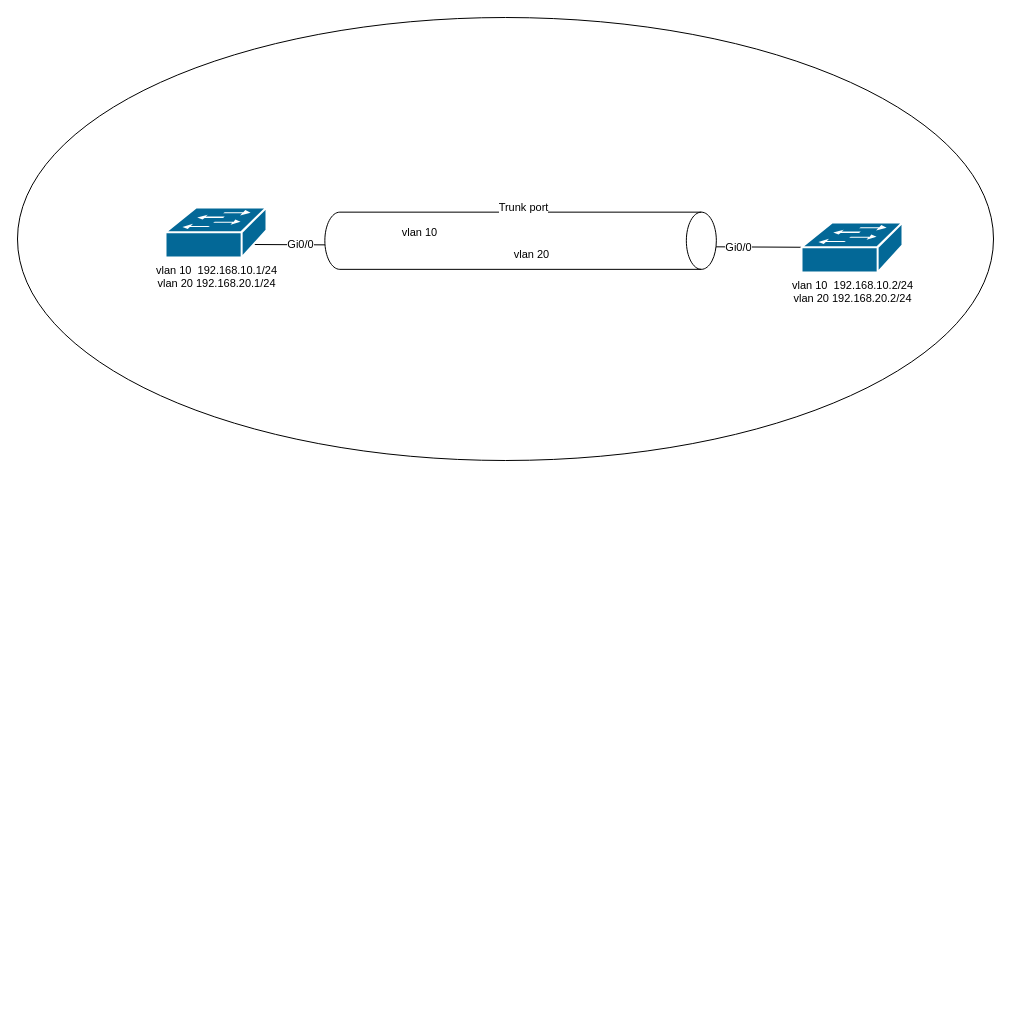
Earlier version of the draw.io diagram page "ページ7" (7 of 7) of memo.drawio (kyforprogram/ccna). Source tidied: cells renumbered, new cells numbered last; positions are measured from the earlier drawing's top-left corner, leaving out a move shared by most shapes. Both pictures are drawn from the tidied source at 100%, with x=0, y=0 at pixel (17, 17).
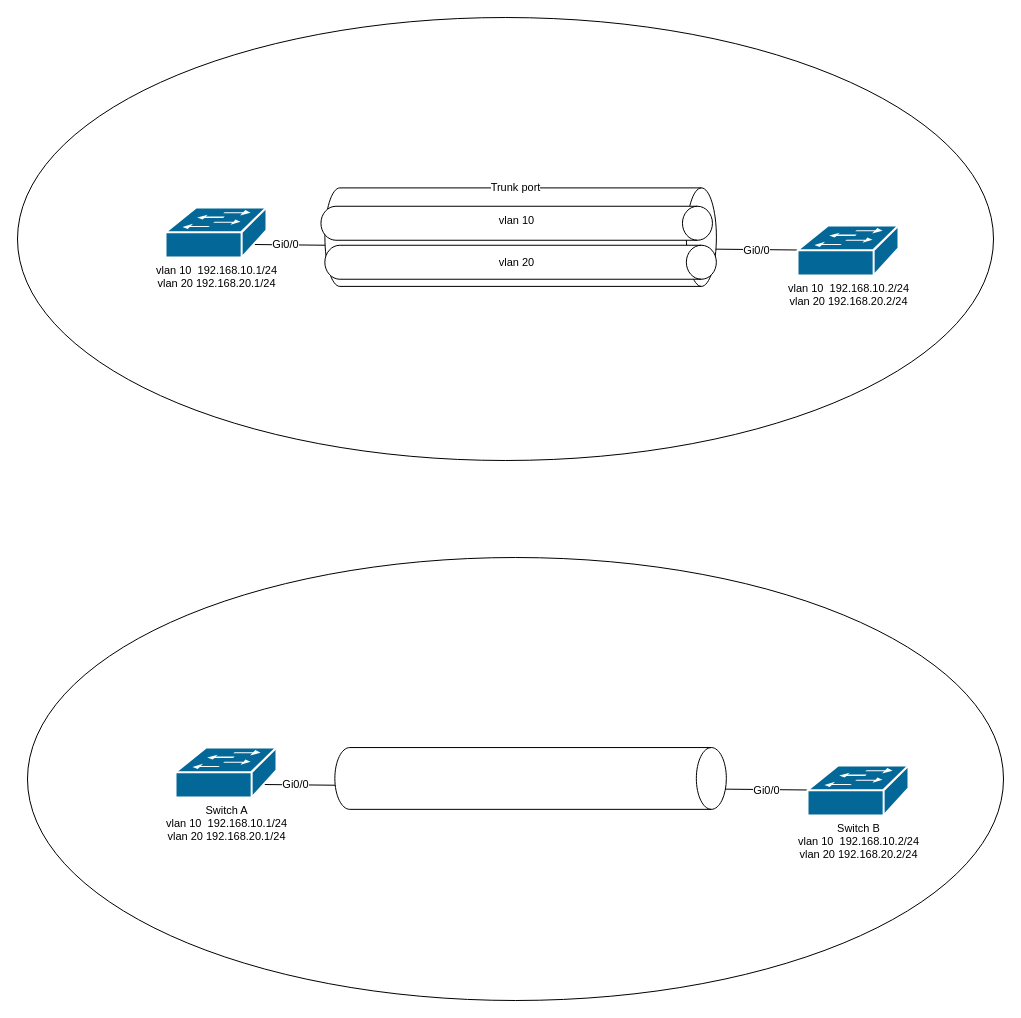
After the change.

Commit message:
memo.drawio を更新します

The change refers to these unchanged cells:
```xml
<mxCell id="3" style="rounded=0;jettySize=auto;html=1;exitX=0.87;exitY=0.74;exitDx=0;exitDy=0;exitPerimeter=0;endArrow=none;endFill=0;" parent="1" edge="1" source="6" target="7">
  <mxGeometry relative="1" as="geometry" />
</mxCell>
```

Change to the diagram source:
```diff
@@
     <mxCell id="4" value="Gi0/0" style="edgeLabel;html=1;align=center;verticalAlign=middle;fontFamily=Helvetica;fontSize=11;fontColor=default;labelBackgroundColor=default;" parent="3" vertex="1">
-      <mxGeometry x="-0.83" y="1" relative="1" as="geometry" />
+      <mxGeometry x="-0.83" y="1" relative="1" as="geometry">
+        <mxPoint x="-14" as="offset" />
+      </mxGeometry>
     </mxCell>
     <mxCell id="5" value="Gi0/0" style="edgeLabel;html=1;align=center;verticalAlign=middle;fontFamily=Helvetica;fontSize=11;fontColor=default;labelBackgroundColor=default;" parent="3" vertex="1">
-      <mxGeometry x="0.77" relative="1" as="geometry" />
+      <mxGeometry x="0.77" relative="1" as="geometry">
+        <mxPoint x="21" y="1" as="offset" />
+      </mxGeometry>
     </mxCell>
@@
     <mxCell id="7" value="vlan 10&amp;nbsp;&amp;nbsp;&lt;span style=&quot;background-color: initial;&quot;&gt;192.168.10.2/24&lt;/span&gt;&lt;div&gt;&lt;span style=&quot;background-color: initial;&quot;&gt;vlan 20 192.168.20.2/24&lt;/span&gt;&lt;/div&gt;" style="shape=mxgraph.cisco.switches.workgroup_switch;sketch=0;html=1;dashed=0;fillColor=#036897;strokeColor=#ffffff;strokeWidth=2;verticalLabelPosition=bottom;verticalAlign=top;align=center;outlineConnect=0;fontFamily=Helvetica;fontSize=11;fontColor=default;" parent="1" vertex="1">
-      <mxGeometry x="784" y="205" width="101" height="50" as="geometry" />
+      <mxGeometry x="780" y="208" width="101" height="50" as="geometry" />
     </mxCell>
     <mxCell id="8" style="shape=cylinder3;whiteSpace=wrap;html=1;boundedLbl=1;backgroundOutline=1;size=15;fontFamily=Helvetica;fontSize=11;fontColor=default;labelBackgroundColor=default;rotation=90;fillColor=default;" parent="1" vertex="1">
-      <mxGeometry x="474.5" y="27.5" width="57.2" height="391.5" as="geometry" />
+      <mxGeometry x="453.9" y="23.9" width="98.5" height="391.5" as="geometry" />
     </mxCell>
     <mxCell id="9" value="Trunk port" style="text;html=1;align=center;verticalAlign=middle;strokeColor=none;fillColor=none;fontFamily=Helvetica;fontSize=11;fontColor=default;labelBackgroundColor=default;" parent="1" vertex="1">
-      <mxGeometry x="472" y="177" width="68" height="25" as="geometry" />
+      <mxGeometry x="464" y="157" width="68" height="25" as="geometry" />
     </mxCell>
+    <mxCell id="12" style="ellipse;whiteSpace=wrap;html=1;fontFamily=Helvetica;fontSize=11;fontColor=default;labelBackgroundColor=default;" parent="1" vertex="1">
+      <mxGeometry x="10" y="540" width="976" height="443" as="geometry" />
+    </mxCell>
+    <mxCell id="13" style="rounded=0;jettySize=auto;html=1;exitX=0.87;exitY=0.74;exitDx=0;exitDy=0;exitPerimeter=0;endArrow=none;endFill=0;" parent="1" edge="1" source="16" target="17">
+      <mxGeometry relative="1" as="geometry" />
+    </mxCell>
+    <mxCell id="14" value="Gi0/0" style="edgeLabel;html=1;align=center;verticalAlign=middle;fontFamily=Helvetica;fontSize=11;fontColor=default;labelBackgroundColor=default;" parent="13" vertex="1">
+      <mxGeometry x="-0.83" y="1" relative="1" as="geometry">
+        <mxPoint x="-14" as="offset" />
+      </mxGeometry>
+    </mxCell>
+    <mxCell id="15" value="Gi0/0" style="edgeLabel;html=1;align=center;verticalAlign=middle;fontFamily=Helvetica;fontSize=11;fontColor=default;labelBackgroundColor=default;" parent="13" vertex="1">
+      <mxGeometry x="0.77" relative="1" as="geometry">
+        <mxPoint x="21" y="1" as="offset" />
+      </mxGeometry>
+    </mxCell>
+    <mxCell id="16" value="&lt;div&gt;Switch A&lt;/div&gt;vlan 10&amp;nbsp;&amp;nbsp;&lt;span style=&quot;background-color: initial;&quot;&gt;192.168.10.1/24&lt;/span&gt;&lt;div&gt;vlan 20 192.168.20.1/24&lt;/div&gt;" style="shape=mxgraph.cisco.switches.workgroup_switch;sketch=0;html=1;dashed=0;fillColor=#036897;strokeColor=#ffffff;strokeWidth=2;verticalLabelPosition=bottom;verticalAlign=top;align=center;outlineConnect=0;fontFamily=Helvetica;fontSize=11;fontColor=default;" parent="1" vertex="1">
+      <mxGeometry x="158" y="730" width="101" height="50" as="geometry" />
+    </mxCell>
+    <mxCell id="17" value="&lt;div&gt;Switch B&lt;/div&gt;vlan 10&amp;nbsp;&amp;nbsp;&lt;span style=&quot;background-color: initial;&quot;&gt;192.168.10.2/24&lt;/span&gt;&lt;div&gt;&lt;span style=&quot;background-color: initial;&quot;&gt;vlan 20 192.168.20.2/24&lt;/span&gt;&lt;/div&gt;" style="shape=mxgraph.cisco.switches.workgroup_switch;sketch=0;html=1;dashed=0;fillColor=#036897;strokeColor=#ffffff;strokeWidth=2;verticalLabelPosition=bottom;verticalAlign=top;align=center;outlineConnect=0;fontFamily=Helvetica;fontSize=11;fontColor=default;" parent="1" vertex="1">
+      <mxGeometry x="790" y="748" width="101" height="50" as="geometry" />
+    </mxCell>
+    <mxCell id="18" style="shape=cylinder3;whiteSpace=wrap;html=1;boundedLbl=1;backgroundOutline=1;size=15;fontFamily=Helvetica;fontSize=11;fontColor=default;labelBackgroundColor=default;rotation=90;fillColor=default;" parent="1" vertex="1">
+      <mxGeometry x="482.2" y="565.2" width="61.8" height="391.5" as="geometry" />
+    </mxCell>
+    <mxCell id="19" style="shape=cylinder3;whiteSpace=wrap;html=1;boundedLbl=1;backgroundOutline=1;size=15;fontFamily=Helvetica;fontSize=11;fontColor=default;labelBackgroundColor=default;rotation=90;fillColor=default;" parent="1" vertex="1">
+      <mxGeometry x="482.2" y="10" width="34" height="391.5" as="geometry" />
+    </mxCell>
     <mxCell id="10" value="vlan 10" style="text;html=1;align=center;verticalAlign=middle;strokeColor=none;fillColor=none;fontFamily=Helvetica;fontSize=11;fontColor=default;labelBackgroundColor=default;" parent="1" vertex="1">
-      <mxGeometry x="375" y="202" width="53" height="25" as="geometry" />
+      <mxGeometry x="472.8" y="190" width="53" height="25" as="geometry" />
     </mxCell>
+    <mxCell id="20" style="shape=cylinder3;whiteSpace=wrap;html=1;boundedLbl=1;backgroundOutline=1;size=15;fontFamily=Helvetica;fontSize=11;fontColor=default;labelBackgroundColor=default;rotation=90;fillColor=default;" parent="1" vertex="1">
+      <mxGeometry x="486.1" y="49" width="34" height="391.5" as="geometry" />
+    </mxCell>
     <mxCell id="11" value="vlan 20" style="text;html=1;align=center;verticalAlign=middle;strokeColor=none;fillColor=none;fontFamily=Helvetica;fontSize=11;fontColor=default;labelBackgroundColor=default;" parent="1" vertex="1">
-      <mxGeometry x="487" y="224" width="53" height="25" as="geometry" />
+      <mxGeometry x="472.8" y="232.2" width="53" height="25" as="geometry" />
     </mxCell>
```
